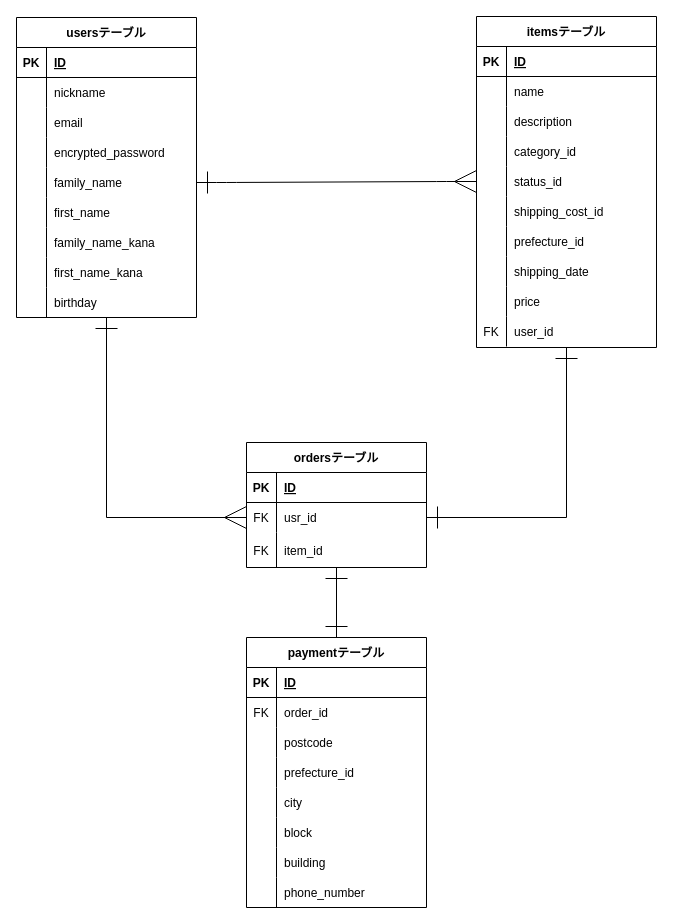
This is furima-40332.drawio from mameharu2020/furima-40332, a draw.io file, before an edit. Source tidied: cells renumbered, new cells numbered last; positions are measured from the earlier drawing's top-left corner, leaving out a move shared by most shapes. Both pictures are drawn from the tidied source at 100%, with x=0, y=0 at pixel (16, 16).
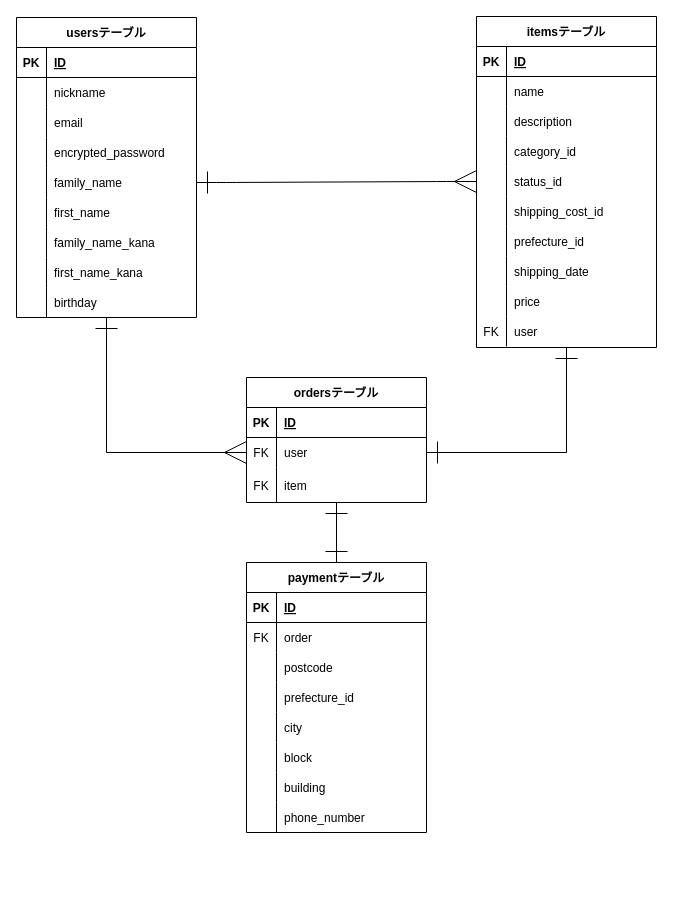
Above is the later version.

Commit message (it also covers changes not shown here):
データベース設計修正

Unchanged cells that the change refers to:
```xml
<mxCell id="5" value="usersテーブル" style="shape=table;startSize=30;childLayout=tableLayout;rowLines=0;fontStyle=1;align=center;" parent="1" vertex="1">
  <mxGeometry y="1" width="180" height="300" as="geometry" />
</mxCell>
<mxCell id="37" value="itemsテーブル" style="shape=table;startSize=30;childLayout=tableLayout;rowLines=0;fontStyle=1;align=center;" parent="1" vertex="1">
  <mxGeometry x="460" width="180" height="331" as="geometry" />
</mxCell>
<mxCell id="65" style="shape=tableRow;horizontal=0;startSize=0;swimlaneHead=0;swimlaneBody=0;fillColor=none;top=0;left=0;right=0;bottom=0;" parent="37" vertex="1">
  <mxGeometry y="300" width="180" height="30" as="geometry" />
</mxCell>
<mxCell id="72" style="shape=tableRow;horizontal=0;startSize=0;swimlaneHead=0;swimlaneBody=0;fillColor=none;points=[[0,0.5],[1,0.5]];portConstraint=eastwest;top=0;left=0;right=0;bottom=0;" parent="68" vertex="1">
  <mxGeometry y="60" width="180" height="30" as="geometry" />
</mxCell>
<mxCell id="75" style="shape=tableRow;horizontal=0;startSize=0;swimlaneHead=0;swimlaneBody=0;fillColor=none;top=0;left=0;right=0;bottom=0;" parent="68" vertex="1">
  <mxGeometry y="90" width="180" height="35" as="geometry" />
</mxCell>
<mxCell id="83" style="shape=tableRow;horizontal=0;startSize=0;swimlaneHead=0;swimlaneBody=0;fillColor=none;top=0;left=0;right=0;bottom=0;" parent="79" vertex="1">
  <mxGeometry y="60" width="180" height="30" as="geometry" />
</mxCell>
```

Diff of the diagram source:
```diff
@@
     <mxCell id="4" style="endArrow=ERone;html=1;rounded=0;startSize=20;endSize=20;sourcePerimeterSpacing=15;targetPerimeterSpacing=15;exitX=1;exitY=0.5;exitDx=0;exitDy=0;startArrow=ERone;startFill=0;endFill=0;entryX=0.5;entryY=1;entryDx=0;entryDy=0;" parent="1" edge="1" source="72" target="37">
       <mxGeometry relative="1" as="geometry">
         <Array as="points">
-          <mxPoint x="550" y="501" />
+          <mxPoint x="550" y="436" />
         </Array>
       </mxGeometry>
     </mxCell>
@@
-    <mxCell id="67" value="user_id" style="shape=partialRectangle;fillColor=none;top=0;left=0;bottom=0;right=0;align=left;spacingLeft=6;overflow=hidden;" parent="65" vertex="1">
+    <mxCell id="67" value="user" style="shape=partialRectangle;fillColor=none;top=0;left=0;bottom=0;right=0;align=left;spacingLeft=6;overflow=hidden;" parent="65" vertex="1">
       <mxGeometry x="30" width="150" height="30" as="geometry" />
     </mxCell>
     <mxCell id="68" value="ordersテーブル" style="shape=table;startSize=30;childLayout=tableLayout;rowLines=0;fontStyle=1;align=center;" parent="1" vertex="1">
-      <mxGeometry x="230" y="426" width="180" height="125" as="geometry" />
+      <mxGeometry x="230" y="361" width="180" height="125" as="geometry" />
     </mxCell>
@@
-    <mxCell id="74" value="usr_id" style="shape=partialRectangle;fillColor=none;top=0;left=0;bottom=0;right=0;align=left;spacingLeft=6;overflow=hidden;" parent="72" vertex="1">
+    <mxCell id="74" value="user" style="shape=partialRectangle;fillColor=none;top=0;left=0;bottom=0;right=0;align=left;spacingLeft=6;overflow=hidden;" parent="72" vertex="1">
       <mxGeometry x="30" width="150" height="30" as="geometry" />
     </mxCell>
@@
-    <mxCell id="77" value="item_id" style="shape=partialRectangle;fillColor=none;top=0;left=0;bottom=0;right=0;align=left;spacingLeft=6;overflow=hidden;" parent="75" vertex="1">
+    <mxCell id="77" value="item" style="shape=partialRectangle;fillColor=none;top=0;left=0;bottom=0;right=0;align=left;spacingLeft=6;overflow=hidden;" parent="75" vertex="1">
       <mxGeometry x="30" width="150" height="35" as="geometry" />
     </mxCell>
     <mxCell id="78" style="endArrow=ERmany;html=1;rounded=0;startSize=20;endSize=20;sourcePerimeterSpacing=15;targetPerimeterSpacing=15;exitX=0.5;exitY=1;exitDx=0;exitDy=0;entryX=0;entryY=0.5;entryDx=0;entryDy=0;startArrow=ERone;startFill=0;endFill=0;" parent="1" edge="1" source="5" target="72">
       <mxGeometry relative="1" as="geometry">
         <Array as="points">
-          <mxPoint x="90" y="501" />
+          <mxPoint x="90" y="436" />
         </Array>
       </mxGeometry>
     </mxCell>
     <mxCell id="79" value="paymentテーブル" style="shape=table;startSize=30;childLayout=tableLayout;rowLines=0;fontStyle=1;align=center;" parent="1" vertex="1">
-      <mxGeometry x="230" y="621" width="180" height="270" as="geometry" />
+      <mxGeometry x="230" y="546" width="180" height="270" as="geometry" />
     </mxCell>
@@
-    <mxCell id="85" value="order_id" style="shape=partialRectangle;fillColor=none;top=0;left=0;bottom=0;right=0;align=left;spacingLeft=6;overflow=hidden;" parent="83" vertex="1">
+    <mxCell id="85" value="order" style="shape=partialRectangle;fillColor=none;top=0;left=0;bottom=0;right=0;align=left;spacingLeft=6;overflow=hidden;" parent="83" vertex="1">
       <mxGeometry x="30" width="150" height="30" as="geometry" />
     </mxCell>
```
